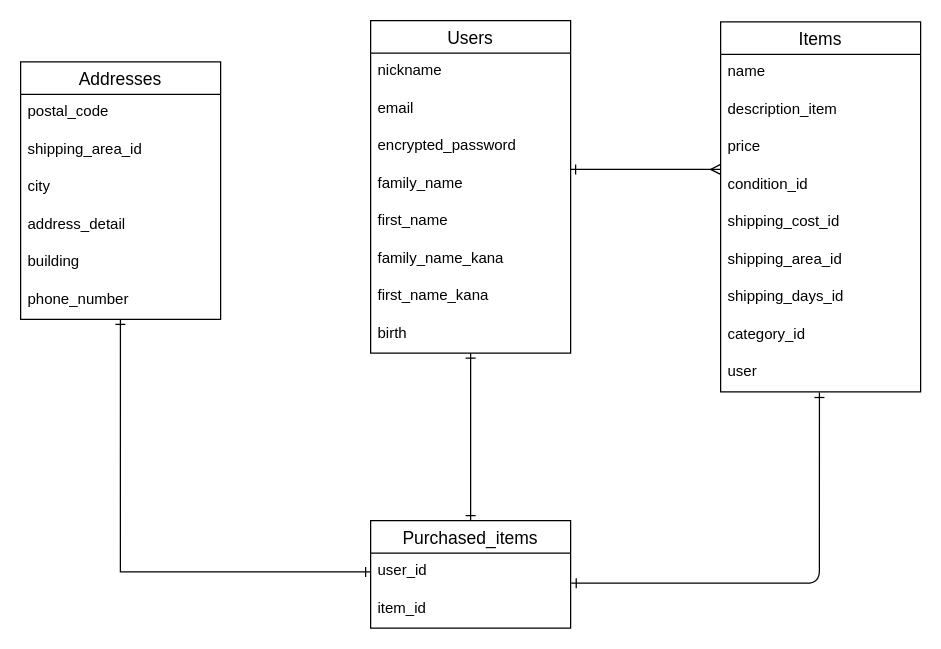
mamesaburo/furima-29083 keeps this draw.io diagram as furima_29083.dio. Above is the earlier version. Source tidied: cells renumbered, new cells numbered last; positions are measured from the earlier drawing's top-left corner, leaving out a move shared by most shapes. Both pictures are drawn from the tidied source at 125%, with x=0, y=0 at pixel (20, 20).
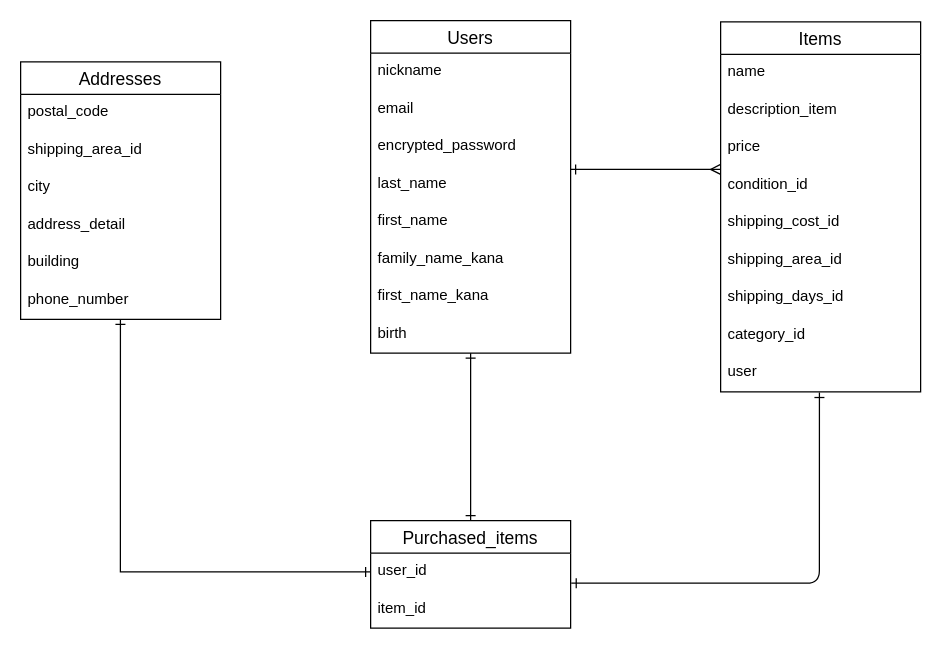
The same page after the edit.

Unchanged cells that the change refers to:
```xml
<mxCell id="11" value="Users" style="swimlane;fontStyle=0;horizontal=1;startSize=26;align=center;fontSize=14;" parent="1" vertex="1">
  <mxGeometry x="280" width="160" height="266" as="geometry" />
</mxCell>
```

Change to the diagram source:
```diff
@@
-    <mxCell id="15" value="family_name" style="text;strokeColor=none;fillColor=none;spacingLeft=4;spacingRight=4;overflow=hidden;fontSize=12;" parent="11" vertex="1">
+    <mxCell id="15" value="last_name" style="text;strokeColor=none;fillColor=none;spacingLeft=4;spacingRight=4;overflow=hidden;fontSize=12;" parent="11" vertex="1">
       <mxGeometry y="116" width="160" height="30" as="geometry" />
     </mxCell>
```
